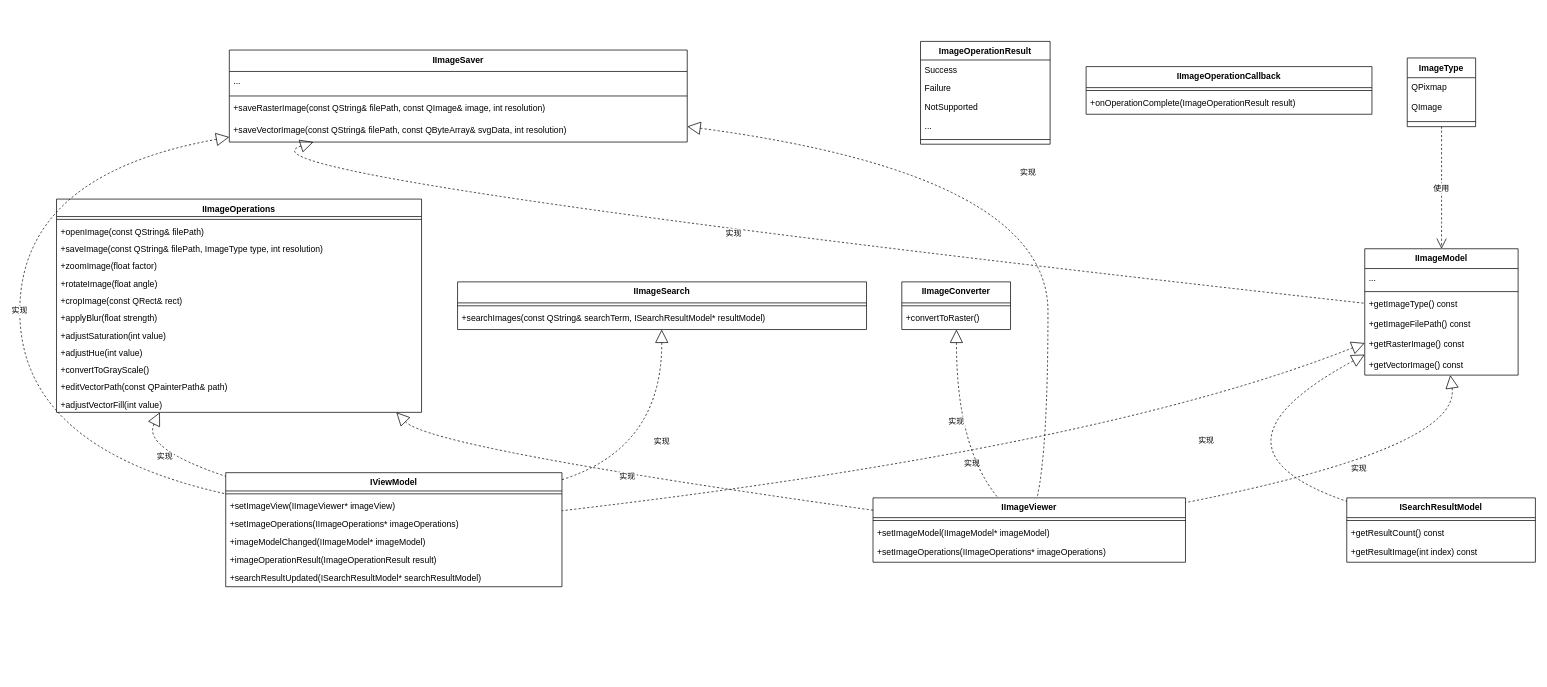
Earlier version of the draw.io diagram 未命名绘图.drawio (YDLinStars/myblog). Source tidied: cells renumbered, new cells numbered last; positions are measured from the earlier drawing's top-left corner, leaving out a move shared by most shapes. Both pictures are drawn from the tidied source at 72%, with x=0, y=0 at pixel (19, 41).
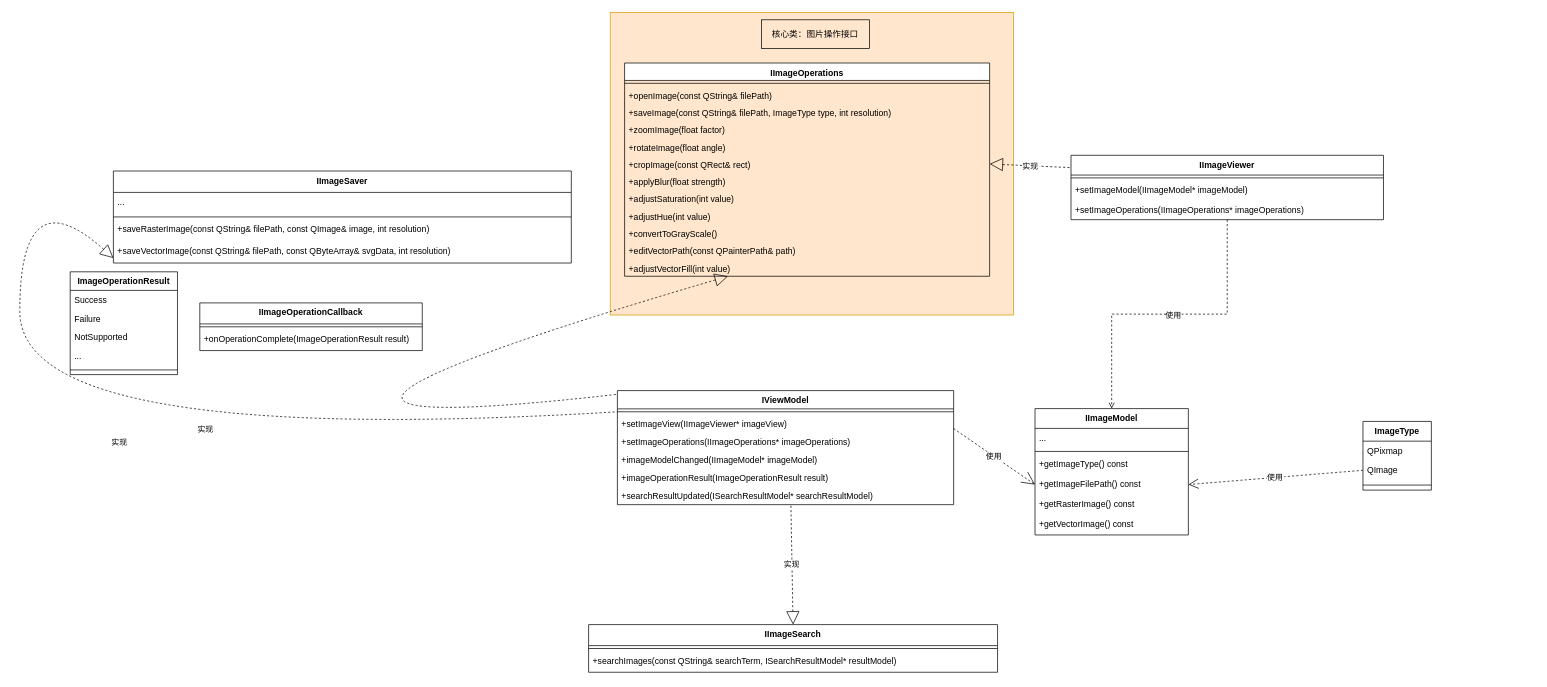
After the change.

Commit message:
类图的修改.drawio

Unchanged cells that the change refers to:
```xml
<mxCell id="4" value="QImage" style="text;strokeColor=none;fillColor=none;align=left;verticalAlign=top;spacingLeft=4;spacingRight=4;overflow=hidden;points=[[0,0.5],[1,0.5]];portConstraint=eastwest;" parent="2" vertex="1">
  <mxGeometry y="54.4" width="95" height="27" as="geometry" />
</mxCell>
<mxCell id="10" value="+getImageFilePath() const" style="text;strokeColor=none;fillColor=none;align=left;verticalAlign=top;spacingLeft=4;spacingRight=4;overflow=hidden;points=[[0,0.5],[1,0.5]];portConstraint=eastwest;" parent="6" vertex="1">
  <mxGeometry y="91.5" width="213" height="28" as="geometry" />
</mxCell>
<mxCell id="32" value="+cropImage(const QRect&amp; rect)" style="text;strokeColor=none;fillColor=none;align=left;verticalAlign=top;spacingLeft=4;spacingRight=4;overflow=hidden;points=[[0,0.5],[1,0.5]];portConstraint=eastwest;" parent="26" vertex="1">
  <mxGeometry y="128.2" width="507" height="24" as="geometry" />
</mxCell>
<mxCell id="60" value="+searchResultUpdated(ISearchResultModel* searchResultModel)" style="text;strokeColor=none;fillColor=none;align=left;verticalAlign=top;spacingLeft=4;spacingRight=4;overflow=hidden;points=[[0,0.5],[1,0.5]];portConstraint=eastwest;" parent="54" vertex="1">
  <mxGeometry y="133.4" width="467" height="25" as="geometry" />
</mxCell>
```

The edit, as a diff of the source:
```diff
@@
+    <mxCell id="72" style="rounded=0;whiteSpace=wrap;html=1;fillColor=#ffe6cc;strokeColor=#d79b00;" parent="1" vertex="1">
+      <mxGeometry x="820" y="-40" width="560" height="420" as="geometry" />
+    </mxCell>
     <mxCell id="2" value="ImageType" style="swimlane;fontStyle=1;align=center;verticalAlign=top;horizontal=1;startSize=27.428571428571427;" parent="1" vertex="1">
-      <mxGeometry x="1927" y="23" width="95" height="95.4" as="geometry" />
+      <mxGeometry x="1865.5" y="527.8" width="95" height="95.4" as="geometry" />
     </mxCell>
@@
     <mxCell id="6" value="IImageModel" style="swimlane;fontStyle=1;align=center;verticalAlign=top;horizontal=1;startSize=27.5;" parent="1" vertex="1">
-      <mxGeometry x="1868" y="288" width="213" height="175.5" as="geometry" />
+      <mxGeometry x="1410" y="510" width="213" height="175.5" as="geometry" />
     </mxCell>
@@
-    <mxCell id="13" value="ISearchResultModel" style="swimlane;fontStyle=1;align=center;verticalAlign=top;horizontal=1;startSize=27.428571428571427;" parent="1" vertex="1">
-      <mxGeometry x="1843" y="634" width="262" height="89.4" as="geometry" />
-    </mxCell>
-    <mxCell id="14" style="line;strokeWidth=1;fillColor=none;align=left;verticalAlign=middle;spacingTop=-1;spacingLeft=3;spacingRight=3;labelPosition=right;strokeColor=inherit;" parent="13" vertex="1">
-      <mxGeometry y="27.4" width="262" height="8" as="geometry" />
-    </mxCell>
-    <mxCell id="15" value="+getResultCount() const" style="text;strokeColor=none;fillColor=none;align=left;verticalAlign=top;spacingLeft=4;spacingRight=4;overflow=hidden;" parent="13" vertex="1">
-      <mxGeometry y="35.4" width="262" height="27" as="geometry" />
-    </mxCell>
-    <mxCell id="16" value="+getResultImage(int index) const" style="text;strokeColor=none;fillColor=none;align=left;verticalAlign=top;spacingLeft=4;spacingRight=4;overflow=hidden;" parent="13" vertex="1">
-      <mxGeometry y="62.4" width="262" height="27" as="geometry" />
-    </mxCell>
     <mxCell id="17" value="ImageOperationResult" style="swimlane;fontStyle=1;align=center;verticalAlign=top;horizontal=1;startSize=25.818181818181817;" parent="1" vertex="1">
-      <mxGeometry x="1251" width="180" height="142.8" as="geometry" />
+      <mxGeometry x="70" y="320" width="149" height="142.8" as="geometry" />
     </mxCell>
     <mxCell id="18" value="Success" style="text;strokeColor=none;fillColor=none;align=left;verticalAlign=top;spacingLeft=4;spacingRight=4;overflow=hidden;" parent="17" vertex="1">
-      <mxGeometry y="25.8" width="180" height="26" as="geometry" />
+      <mxGeometry y="25.8" width="149" height="26" as="geometry" />
     </mxCell>
     <mxCell id="19" value="Failure" style="text;strokeColor=none;fillColor=none;align=left;verticalAlign=top;spacingLeft=4;spacingRight=4;overflow=hidden;" parent="17" vertex="1">
-      <mxGeometry y="51.8" width="180" height="26" as="geometry" />
+      <mxGeometry y="51.8" width="149" height="26" as="geometry" />
     </mxCell>
     <mxCell id="20" value="NotSupported" style="text;strokeColor=none;fillColor=none;align=left;verticalAlign=top;spacingLeft=4;spacingRight=4;overflow=hidden;" parent="17" vertex="1">
-      <mxGeometry y="77.8" width="180" height="26" as="geometry" />
+      <mxGeometry y="77.8" width="149" height="26" as="geometry" />
     </mxCell>
     <mxCell id="21" value="..." style="text;strokeColor=none;fillColor=none;align=left;verticalAlign=top;spacingLeft=4;spacingRight=4;overflow=hidden;" parent="17" vertex="1">
-      <mxGeometry y="103.8" width="180" height="26" as="geometry" />
+      <mxGeometry y="103.8" width="149" height="26" as="geometry" />
     </mxCell>
     <mxCell id="22" style="line;strokeWidth=1;fillColor=none;align=left;verticalAlign=middle;spacingTop=-1;spacingLeft=3;spacingRight=3;labelPosition=right;strokeColor=inherit;" parent="17" vertex="1">
-      <mxGeometry y="129.8" width="180" height="13" as="geometry" />
+      <mxGeometry y="129.8" width="149" height="13" as="geometry" />
     </mxCell>
     <mxCell id="23" value="IImageOperationCallback" style="swimlane;fontStyle=1;align=center;verticalAlign=top;horizontal=1;startSize=29.2;" parent="1" vertex="1">
-      <mxGeometry x="1481" y="35" width="397" height="66.2" as="geometry" />
+      <mxGeometry x="250" y="363.2" width="309" height="66.2" as="geometry" />
     </mxCell>
     <mxCell id="24" style="line;strokeWidth=1;fillColor=none;align=left;verticalAlign=middle;spacingTop=-1;spacingLeft=3;spacingRight=3;labelPosition=right;strokeColor=inherit;" parent="23" vertex="1">
-      <mxGeometry y="29.2" width="397" height="8" as="geometry" />
+      <mxGeometry y="29.2" width="309" height="8" as="geometry" />
     </mxCell>
     <mxCell id="25" value="+onOperationComplete(ImageOperationResult result)" style="text;strokeColor=none;fillColor=none;align=left;verticalAlign=top;spacingLeft=4;spacingRight=4;overflow=hidden;" parent="23" vertex="1">
-      <mxGeometry y="37.2" width="397" height="29" as="geometry" />
+      <mxGeometry y="37.2" width="309" height="29" as="geometry" />
     </mxCell>
     <mxCell id="26" value="IImageOperations" style="swimlane;fontStyle=1;align=center;verticalAlign=top;horizontal=1;startSize=24.24;" parent="1" vertex="1">
-      <mxGeometry x="51" y="219" width="507" height="296.2" as="geometry" />
+      <mxGeometry x="840" y="30" width="507" height="296.2" as="geometry" />
     </mxCell>
@@
     <mxCell id="39" value="IImageSearch" style="swimlane;fontStyle=1;align=center;verticalAlign=top;horizontal=1;startSize=29.2;" parent="1" vertex="1">
-      <mxGeometry x="608" y="334" width="568" height="66.2" as="geometry" />
+      <mxGeometry x="790" y="810" width="568" height="66.2" as="geometry" />
     </mxCell>
@@
+    <mxCell id="73" style="edgeStyle=orthogonalEdgeStyle;rounded=0;jettySize=auto;html=1;dashed=1;endArrow=open;endFill=0;" parent="1" edge="1" source="42" target="6">
+      <mxGeometry relative="1" as="geometry" />
+    </mxCell>
+    <mxCell id="74" value="使用" style="edgeLabel;html=1;align=center;verticalAlign=middle;" parent="73" vertex="1">
+      <mxGeometry x="-0.02" y="2" relative="1" as="geometry" />
+    </mxCell>
     <mxCell id="42" value="IImageViewer" style="swimlane;fontStyle=1;align=center;verticalAlign=top;horizontal=1;startSize=27.428571428571427;" parent="1" vertex="1">
-      <mxGeometry x="1185" y="634" width="434" height="89.4" as="geometry" />
+      <mxGeometry x="1460" y="158.2" width="434" height="89.4" as="geometry" />
     </mxCell>
@@
-    <mxCell id="46" value="IImageConverter" style="swimlane;fontStyle=1;align=center;verticalAlign=top;horizontal=1;startSize=29.2;" parent="1" vertex="1">
-      <mxGeometry x="1225" y="334" width="151" height="66.2" as="geometry" />
-    </mxCell>
-    <mxCell id="47" style="line;strokeWidth=1;fillColor=none;align=left;verticalAlign=middle;spacingTop=-1;spacingLeft=3;spacingRight=3;labelPosition=right;strokeColor=inherit;" parent="46" vertex="1">
-      <mxGeometry y="29.2" width="151" height="8" as="geometry" />
-    </mxCell>
-    <mxCell id="48" value="+convertToRaster()" style="text;strokeColor=none;fillColor=none;align=left;verticalAlign=top;spacingLeft=4;spacingRight=4;overflow=hidden;" parent="46" vertex="1">
-      <mxGeometry y="37.2" width="151" height="29" as="geometry" />
-    </mxCell>
     <mxCell id="49" value="IImageSaver" style="swimlane;fontStyle=1;align=center;verticalAlign=top;horizontal=1;startSize=29.75;" parent="1" vertex="1">
-      <mxGeometry x="291" y="12" width="636" height="127.8" as="geometry" />
+      <mxGeometry x="130" y="180" width="636" height="127.8" as="geometry" />
     </mxCell>
@@
     <mxCell id="54" value="IViewModel" style="swimlane;fontStyle=1;align=center;verticalAlign=top;horizontal=1;startSize=25.384615384615383;" parent="1" vertex="1">
-      <mxGeometry x="286" y="599" width="467" height="158.4" as="geometry" />
+      <mxGeometry x="830" y="485" width="467" height="158.4" as="geometry" />
     </mxCell>
@@
-    <mxCell id="61" value="使用" style="curved=1;dashed=1;startArrow=none;endArrow=open;endSize=12;exitX=0.5020148026315789;exitY=1;entryX=0.5008986208920188;entryY=0;rounded=0;" parent="1" edge="1" source="2" target="6">
+    <mxCell id="61" value="使用" style="curved=1;dashed=1;startArrow=none;endArrow=open;endSize=12;entryX=1;entryY=0.5;rounded=0;entryDx=0;entryDy=0;exitX=0;exitY=0.5;exitDx=0;exitDy=0;" parent="1" edge="1" source="4" target="10">
       <mxGeometry relative="1" as="geometry" />
     </mxCell>
-    <mxCell id="62" value="实现" style="curved=1;dashed=1;startArrow=block;startSize=16;startFill=0;endArrow=none;exitX=0.5575393424141338;exitY=1;entryX=0.999563472062212;entryY=0.07394820833319762;rounded=0;" parent="1" edge="1" source="6" target="42">
-      <mxGeometry relative="1" as="geometry">
-        <Array as="points">
-          <mxPoint x="2001" y="565" />
-        </Array>
-      </mxGeometry>
-    </mxCell>
-    <mxCell id="63" value="实现" style="curved=1;dashed=1;startArrow=block;startSize=16;startFill=0;endArrow=none;exitX=-0.00016505281690140845;exitY=0.8379241623834969;entryX=0.0017145753816793893;entryY=0.05497742811539625;rounded=0;" parent="1" edge="1" source="6" target="13">
-      <mxGeometry relative="1" as="geometry">
-        <Array as="points">
-          <mxPoint x="1628" y="565" />
-        </Array>
-      </mxGeometry>
-    </mxCell>
-    <mxCell id="64" value="实现" style="curved=1;dashed=1;startArrow=block;startSize=16;startFill=0;endArrow=none;exitX=-0.00016505281690140845;exitY=0.7462643687975884;entryX=1.0007235345289078;entryY=0.33307715307566765;rounded=0;" parent="1" edge="1" source="6" target="54">
-      <mxGeometry relative="1" as="geometry">
-        <Array as="points">
-          <mxPoint x="1499" y="565" />
-        </Array>
-      </mxGeometry>
+    <mxCell id="64" value="使用" style="dashed=1;startArrow=open;startSize=16;startFill=0;endArrow=none;entryX=1.0007235345289078;entryY=0.33307715307566765;rounded=0;exitX=0;exitY=0.5;exitDx=0;exitDy=0;" parent="1" edge="1" source="10" target="54">
+      <mxGeometry relative="1" as="geometry" />
     </mxCell>
-    <mxCell id="65" value="实现" style="curved=1;dashed=1;startArrow=block;startSize=16;startFill=0;endArrow=none;exitX=0.9308904267070227;exitY=1;entryX=-0.000526533698156682;entryY=0.19110446306921547;rounded=0;" parent="1" edge="1" source="26" target="42">
-      <mxGeometry relative="1" as="geometry">
-        <Array as="points">
-          <mxPoint x="571" y="565" />
-        </Array>
-      </mxGeometry>
+    <mxCell id="65" value="实现" style="dashed=1;startArrow=block;startSize=16;startFill=0;endArrow=none;exitX=1;exitY=0.5;entryX=-0.000526533698156682;entryY=0.19110446306921547;rounded=0;exitDx=0;exitDy=0;" parent="1" edge="1" source="32" target="42">
+      <mxGeometry relative="1" as="geometry" />
     </mxCell>
@@
-    <mxCell id="67" value="实现" style="curved=1;dashed=1;startArrow=block;startSize=16;startFill=0;endArrow=none;exitX=0.4992022447183099;exitY=1;entryX=1.0007235345289078;entryY=0.06052812019793946;rounded=0;" parent="1" edge="1" source="39" target="54">
-      <mxGeometry relative="1" as="geometry">
-        <Array as="points">
-          <mxPoint x="892" y="565" />
-        </Array>
-      </mxGeometry>
+    <mxCell id="67" value="实现" style="dashed=1;startArrow=block;startSize=16;startFill=0;endArrow=none;exitX=0.5;exitY=0;entryX=0.516;entryY=0.961;rounded=0;entryDx=0;entryDy=0;entryPerimeter=0;exitDx=0;exitDy=0;" parent="1" edge="1" source="39" target="60">
+      <mxGeometry relative="1" as="geometry" />
     </mxCell>
-    <mxCell id="68" value="实现" style="curved=1;dashed=1;startArrow=block;startSize=16;startFill=0;endArrow=none;exitX=0.5023540976821192;exitY=1;entryX=0.3995708659238486;entryY=-0.004807692307692308;rounded=0;" parent="1" edge="1" source="46" target="42">
-      <mxGeometry relative="1" as="geometry">
-        <Array as="points">
-          <mxPoint x="1301" y="565" />
-        </Array>
-      </mxGeometry>
-    </mxCell>
-    <mxCell id="69" value="实现" style="curved=1;dashed=1;startArrow=block;startSize=16;startFill=0;endArrow=none;exitX=0.9995762087264151;exitY=0.8306750663479148;entryX=0.5253316749462047;entryY=-0.004807692307692308;rounded=0;" parent="1" edge="1" source="49" target="42">
-      <mxGeometry relative="1" as="geometry">
-        <Array as="points">
-          <mxPoint x="1428" y="185" />
-          <mxPoint x="1428" y="565" />
-        </Array>
-      </mxGeometry>
-    </mxCell>
-    <mxCell id="70" value="实现" style="curved=1;dashed=1;startArrow=block;startSize=16;startFill=0;endArrow=none;exitX=0.1863169405674737;exitY=0.9960629921259843;entryX=-0.00016505281690140845;entryY=0.43143946496268054;rounded=0;" parent="1" edge="1" source="49" target="6">
-      <mxGeometry relative="1" as="geometry">
-        <Array as="points">
-          <mxPoint x="265" y="185" />
-        </Array>
-      </mxGeometry>
-    </mxCell>
@@
+    <mxCell id="75" value="核心类：图片操作接口" style="text;strokeColor=default;align=center;fillColor=none;html=1;verticalAlign=middle;whiteSpace=wrap;rounded=0;fontFamily=宋体;" parent="1" vertex="1">
+      <mxGeometry x="1030" y="-30" width="150" height="40" as="geometry" />
+    </mxCell>
```
